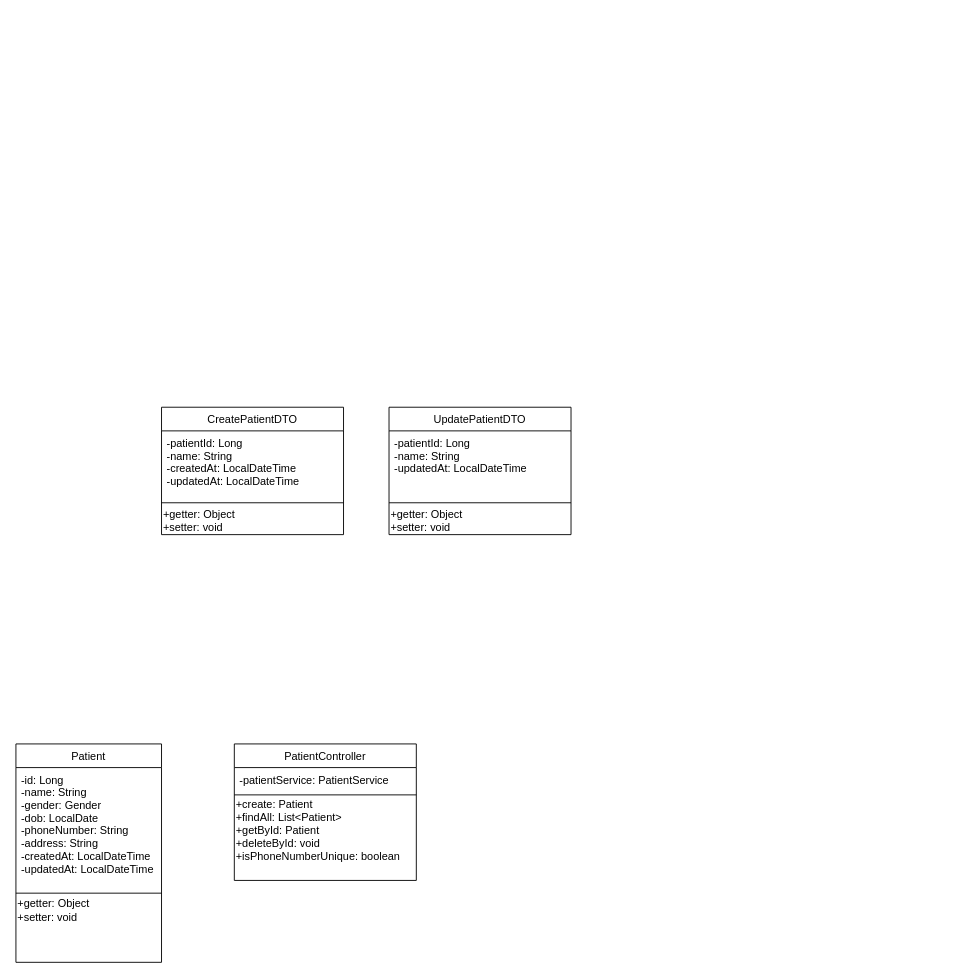
Before: Diagram/patient.drawio in hoanghieu2000a/HANU_Hospital, a draw.io diagram. Source tidied: cells renumbered, new cells numbered last; positions are measured from the earlier drawing's top-left corner, leaving out a move shared by most shapes. Both pictures are drawn from the tidied source at 91%, with x=0, y=0 at pixel (15, 407).
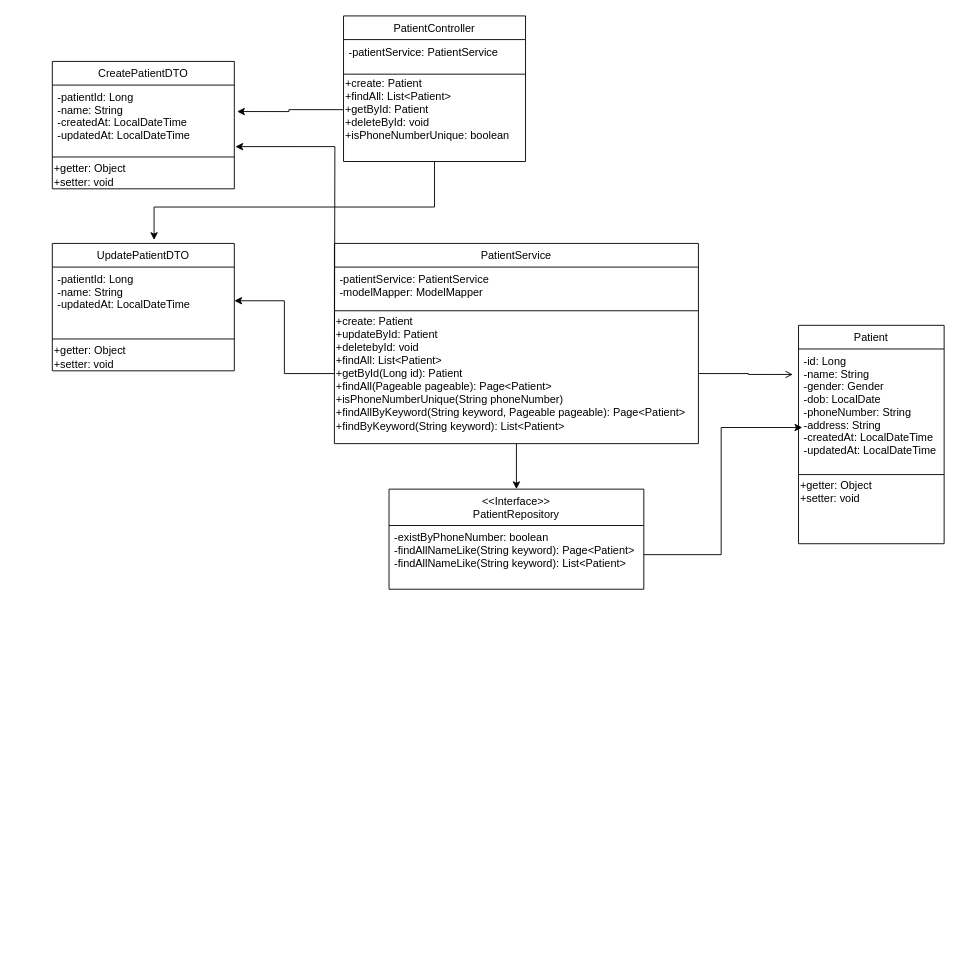
After the change.

Unchanged cells that the change refers to:
```xml
<mxCell id="3" value="-id: Long&#10;-name: String&#10;-gender: Gender&#10;-dob: LocalDate&#10;-phoneNumber: String&#10;-address: String&#10;-createdAt: LocalDateTime&#10;-updatedAt: LocalDateTime" style="text;align=left;verticalAlign=top;spacingLeft=4;spacingRight=4;overflow=hidden;points=[[0,0.5],[1,0.5]];portConstraint=eastwest;" parent="2" vertex="1">
  <mxGeometry y="26" width="160" height="134" as="geometry" />
</mxCell>
<mxCell id="11" value="-patientId: Long&#10;-name: String&#10;-createdAt: LocalDateTime&#10;-updatedAt: LocalDateTime&#10;" style="text;align=left;verticalAlign=top;spacingLeft=4;spacingRight=4;overflow=hidden;points=[[0,0.5],[1,0.5]];portConstraint=eastwest;" parent="10" vertex="1">
  <mxGeometry y="26" width="200" height="74" as="geometry" />
</mxCell>
<mxCell id="15" value="-patientId: Long&#10;-name: String&#10;-updatedAt: LocalDateTime&#10;" style="text;align=left;verticalAlign=top;spacingLeft=4;spacingRight=4;overflow=hidden;points=[[0,0.5],[1,0.5]];portConstraint=eastwest;" parent="14" vertex="1">
  <mxGeometry y="26" width="200" height="74" as="geometry" />
</mxCell>
```

Diff of the diagram source:
```diff
@@
     <mxCell id="2" value="Patient" style="swimlane;fontStyle=0;align=center;verticalAlign=top;horizontal=1;startSize=26;rounded=0;shadow=0;strokeWidth=1;" parent="1" vertex="1">
-      <mxGeometry y="370" width="160" height="240" as="geometry" />
+      <mxGeometry x="860" y="-90" width="160" height="240" as="geometry" />
     </mxCell>
@@
-    <mxCell id="6" value="PatientController" style="swimlane;fontStyle=0;align=center;verticalAlign=top;horizontal=1;startSize=26;rounded=0;shadow=0;strokeWidth=1;" parent="1" vertex="1">
-      <mxGeometry x="240" y="370" width="200" height="150" as="geometry" />
+    <mxCell id="6" value="&lt;&lt;Interface&gt;&gt;&#10;PatientRepository&#10;" style="swimlane;fontStyle=0;align=center;verticalAlign=top;horizontal=1;startSize=40;rounded=0;shadow=0;strokeWidth=1;" parent="1" vertex="1">
+      <mxGeometry x="410" y="90" width="280" height="110" as="geometry" />
     </mxCell>
-    <mxCell id="7" value="-patientService: PatientService&#10;" style="text;align=left;verticalAlign=top;spacingLeft=4;spacingRight=4;overflow=hidden;points=[[0,0.5],[1,0.5]];portConstraint=eastwest;" parent="6" vertex="1">
-      <mxGeometry y="26" width="200" height="26" as="geometry" />
+    <mxCell id="7" value="-existByPhoneNumber: boolean&#10;-findAllNameLike(String keyword): Page&lt;Patient&gt;&#10;-findAllNameLike(String keyword): List&lt;Patient&gt;&#10;&#10;" style="text;align=left;verticalAlign=top;spacingLeft=4;spacingRight=4;overflow=hidden;points=[[0,0.5],[1,0.5]];portConstraint=eastwest;" parent="6" vertex="1">
+      <mxGeometry y="40" width="280" height="64" as="geometry" />
     </mxCell>
-    <mxCell id="8" style="line;html=1;strokeWidth=1;align=left;verticalAlign=middle;spacingTop=-1;spacingLeft=3;spacingRight=3;labelPosition=right;" parent="6" vertex="1">
-      <mxGeometry y="52" width="200" height="8" as="geometry" />
-    </mxCell>
-    <mxCell id="9" value="+create: Patient&lt;br&gt;+findAll: List&amp;lt;Patient&amp;gt;&lt;br&gt;+getById: Patient&lt;br&gt;+deleteById: void&lt;br&gt;+isPhoneNumberUnique: boolean" style="text;html=1;align=left;verticalAlign=middle;points=[];strokeColor=none;" parent="6" vertex="1">
-      <mxGeometry y="60" width="200" height="70" as="geometry" />
-    </mxCell>
     <mxCell id="10" value="CreatePatientDTO" style="swimlane;fontStyle=0;align=center;verticalAlign=top;horizontal=1;startSize=26;rounded=0;shadow=0;strokeWidth=1;" parent="1" vertex="1">
-      <mxGeometry x="160" width="200" height="140" as="geometry" />
+      <mxGeometry x="40" y="-380" width="200" height="140" as="geometry" />
     </mxCell>
@@
     <mxCell id="14" value="UpdatePatientDTO" style="swimlane;fontStyle=0;align=center;verticalAlign=top;horizontal=1;startSize=26;rounded=0;shadow=0;strokeWidth=1;" parent="1" vertex="1">
-      <mxGeometry x="410" width="200" height="140" as="geometry" />
+      <mxGeometry x="40" y="-180" width="200" height="140" as="geometry" />
     </mxCell>
@@
+    <mxCell id="18" style="edgeStyle=orthogonalEdgeStyle;rounded=0;jettySize=auto;html=1;entryX=0.5;entryY=0;entryDx=0;entryDy=0;endArrow=classic;endFill=1;" parent="1" edge="1" source="19" target="6">
+      <mxGeometry relative="1" as="geometry" />
+    </mxCell>
+    <mxCell id="19" value="PatientService" style="swimlane;fontStyle=0;align=center;verticalAlign=top;horizontal=1;startSize=26;rounded=0;shadow=0;strokeWidth=1;" parent="1" vertex="1">
+      <mxGeometry x="350" y="-180" width="400" height="220" as="geometry" />
+    </mxCell>
+    <mxCell id="20" value="-patientService: PatientService&#10;-modelMapper: ModelMapper&#10;" style="text;align=left;verticalAlign=top;spacingLeft=4;spacingRight=4;overflow=hidden;" parent="19" vertex="1">
+      <mxGeometry y="26" width="400" height="44" as="geometry" />
+    </mxCell>
+    <mxCell id="21" style="line;html=1;strokeWidth=1;align=left;verticalAlign=middle;spacingTop=-1;spacingLeft=3;spacingRight=3;labelPosition=right;" parent="19" vertex="1">
+      <mxGeometry y="70" width="400" height="8" as="geometry" />
+    </mxCell>
+    <mxCell id="22" value="+create: Patient&lt;br&gt;+updateById: Patient&lt;br&gt;+deletebyId: void&lt;br&gt;+findAll: List&amp;lt;Patient&amp;gt;&lt;br&gt;+getById(Long id): Patient&lt;br&gt;+findAll(Pageable pageable): Page&amp;lt;Patient&amp;gt;&lt;br&gt;+isPhoneNumberUnique(String phoneNumber)&lt;br&gt;+findAllByKeyword(String keyword, Pageable pageable): Page&amp;lt;Patient&amp;gt;&lt;br&gt;+findByKeyword(String keyword): List&amp;lt;Patient&amp;gt;" style="text;html=1;align=left;verticalAlign=middle;points=[];strokeColor=none;" parent="19" vertex="1">
+      <mxGeometry y="78" width="400" height="130" as="geometry" />
+    </mxCell>
+    <mxCell id="23" style="edgeStyle=orthogonalEdgeStyle;rounded=0;jettySize=auto;html=1;entryX=0.559;entryY=-0.027;entryDx=0;entryDy=0;entryPerimeter=0;endArrow=classic;endFill=1;" parent="1" edge="1" source="24" target="14">
+      <mxGeometry relative="1" as="geometry">
+        <Array as="points">
+          <mxPoint x="460" y="-220" />
+          <mxPoint x="152" y="-220" />
+        </Array>
+      </mxGeometry>
+    </mxCell>
+    <mxCell id="24" value="PatientController" style="swimlane;fontStyle=0;align=center;verticalAlign=top;horizontal=1;startSize=26;rounded=0;shadow=0;strokeWidth=1;" parent="1" vertex="1">
+      <mxGeometry x="360" y="-430" width="200" height="160" as="geometry" />
+    </mxCell>
+    <mxCell id="25" value="-patientService: PatientService&#10;" style="text;align=left;verticalAlign=top;spacingLeft=4;spacingRight=4;overflow=hidden;" parent="24" vertex="1">
+      <mxGeometry y="26" width="200" height="34" as="geometry" />
+    </mxCell>
+    <mxCell id="26" style="line;html=1;strokeWidth=1;align=left;verticalAlign=middle;spacingTop=-1;spacingLeft=3;spacingRight=3;labelPosition=right;" parent="24" vertex="1">
+      <mxGeometry y="60" width="200" height="8" as="geometry" />
+    </mxCell>
+    <mxCell id="9" value="+create: Patient&lt;br&gt;+findAll: List&amp;lt;Patient&amp;gt;&lt;br&gt;+getById: Patient&lt;br&gt;+deleteById: void&lt;br&gt;+isPhoneNumberUnique: boolean" style="text;html=1;align=left;verticalAlign=middle;points=[];strokeColor=none;" parent="24" vertex="1">
+      <mxGeometry y="68" width="200" height="70" as="geometry" />
+    </mxCell>
+    <mxCell id="27" style="edgeStyle=orthogonalEdgeStyle;rounded=0;jettySize=auto;html=1;entryX=-0.039;entryY=0.209;entryDx=0;entryDy=0;entryPerimeter=0;endArrow=open;endFill=0;" parent="1" edge="1" source="22" target="3">
+      <mxGeometry relative="1" as="geometry" />
+    </mxCell>
+    <mxCell id="28" style="edgeStyle=orthogonalEdgeStyle;rounded=0;jettySize=auto;html=1;entryX=0.026;entryY=0.644;entryDx=0;entryDy=0;entryPerimeter=0;endArrow=classic;endFill=1;" parent="1" edge="1" source="7" target="3">
+      <mxGeometry relative="1" as="geometry" />
+    </mxCell>
+    <mxCell id="29" style="edgeStyle=orthogonalEdgeStyle;rounded=0;jettySize=auto;html=1;entryX=1.015;entryY=0.393;entryDx=0;entryDy=0;entryPerimeter=0;endArrow=classic;endFill=1;" parent="1" edge="1" source="9" target="11">
+      <mxGeometry relative="1" as="geometry" />
+    </mxCell>
+    <mxCell id="30" style="edgeStyle=orthogonalEdgeStyle;rounded=0;jettySize=auto;html=1;entryX=1.006;entryY=0.914;entryDx=0;entryDy=0;entryPerimeter=0;endArrow=classic;endFill=1;" parent="1" edge="1" target="11">
+      <mxGeometry relative="1" as="geometry">
+        <mxPoint x="350" y="-40" as="sourcePoint" />
+      </mxGeometry>
+    </mxCell>
+    <mxCell id="31" style="edgeStyle=orthogonalEdgeStyle;rounded=0;jettySize=auto;html=1;entryX=1;entryY=0.5;entryDx=0;entryDy=0;endArrow=classic;endFill=1;" parent="1" edge="1" source="22" target="15">
+      <mxGeometry relative="1" as="geometry" />
+    </mxCell>
```
